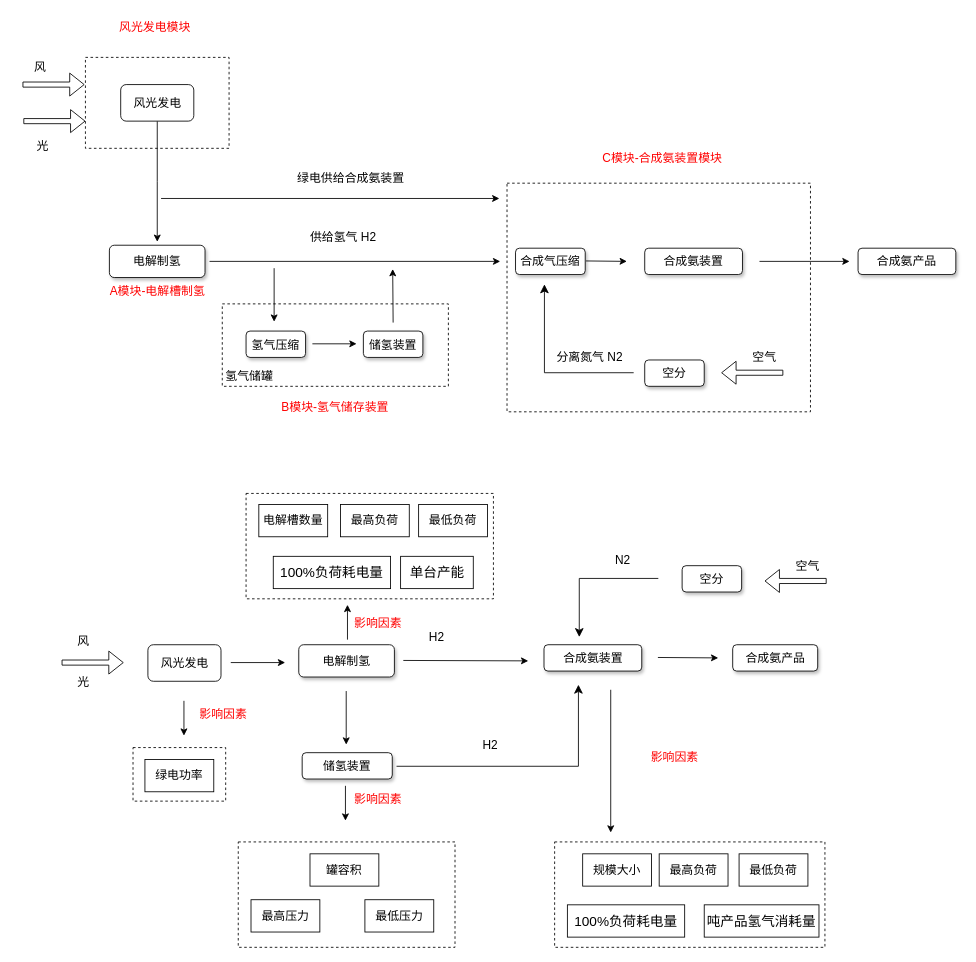
happycodejs/draw.io keeps this draw.io diagram as 绿氨生产.drawio. Above is the earlier version. Source tidied: cells renumbered, new cells numbered last; positions are measured from the earlier drawing's top-left corner, leaving out a move shared by most shapes. Both pictures are drawn from the tidied source at 85%, with x=0, y=0 at pixel (14, 14).
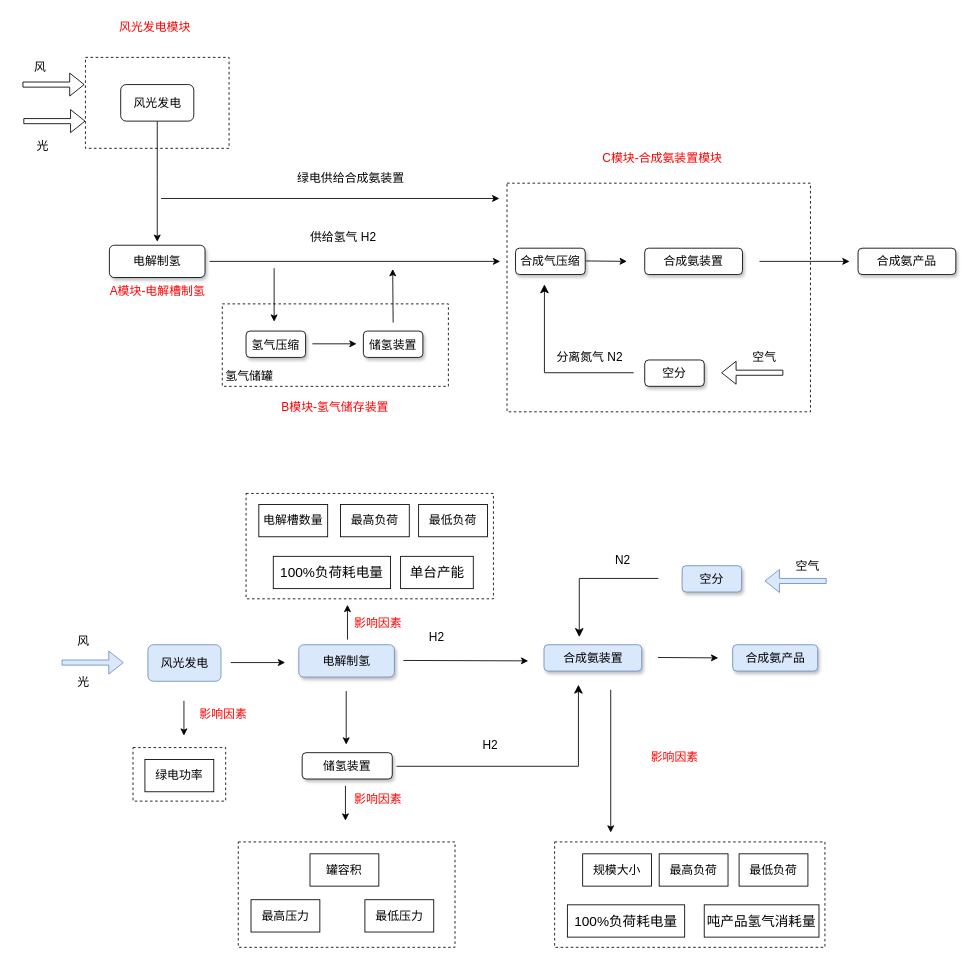
The same page after the edit.

Commit message:
更新绿氨生产.drawio

Change to the diagram source:
```diff
@@
-    <mxCell id="36" value="风光发电" style="rounded=1;whiteSpace=wrap;html=1;fontSize=14;" parent="1" vertex="1">
+    <mxCell id="36" value="风光发电" style="rounded=1;whiteSpace=wrap;html=1;fontSize=14;fillColor=#dae8fc;strokeColor=#6c8ebf;" parent="1" vertex="1">
       <mxGeometry x="156.5" y="741" width="86" height="43" as="geometry" />
     </mxCell>
-    <mxCell id="37" style="shape=flexArrow;endArrow=classic;html=1;rounded=0;width=6;endSize=5.33;fontSize=14;" parent="1" edge="1">
+    <mxCell id="37" style="shape=flexArrow;endArrow=classic;html=1;rounded=0;width=6;endSize=5.33;fontSize=14;fillColor=#dae8fc;strokeColor=#6c8ebf;" parent="1" edge="1">
       <mxGeometry relative="1" as="geometry">
         <mxPoint x="55" y="762" as="sourcePoint" />
         <mxPoint x="128" y="762" as="targetPoint" />
       </mxGeometry>
     </mxCell>
@@
-    <mxCell id="40" value="电解制氢" style="rounded=1;whiteSpace=wrap;html=1;shadow=1;fontSize=14;" parent="1" vertex="1">
+    <mxCell id="40" value="电解制氢" style="rounded=1;whiteSpace=wrap;html=1;shadow=1;fontSize=14;fillColor=#dae8fc;strokeColor=#6c8ebf;" parent="1" vertex="1">
       <mxGeometry x="334" y="741" width="112.5" height="38" as="geometry" />
     </mxCell>
@@
-    <mxCell id="45" value="合成氨装置" style="rounded=1;whiteSpace=wrap;html=1;shadow=1;fontSize=14;" parent="1" vertex="1">
+    <mxCell id="45" value="合成氨装置" style="rounded=1;whiteSpace=wrap;html=1;shadow=1;fontSize=14;fillColor=#dae8fc;strokeColor=#6c8ebf;" parent="1" vertex="1">
       <mxGeometry x="622.5" y="741" width="115" height="31" as="geometry" />
     </mxCell>
-    <mxCell id="46" value="空分" style="rounded=1;whiteSpace=wrap;html=1;shadow=1;fontSize=14;" parent="1" vertex="1">
+    <mxCell id="46" value="空分" style="rounded=1;whiteSpace=wrap;html=1;shadow=1;fontSize=14;fillColor=#dae8fc;strokeColor=#6c8ebf;" parent="1" vertex="1">
       <mxGeometry x="785" y="648" width="70" height="31" as="geometry" />
     </mxCell>
-    <mxCell id="47" style="shape=flexArrow;endArrow=classic;html=1;rounded=0;width=6;endSize=5.33;fontSize=14;" parent="1" edge="1">
+    <mxCell id="47" style="shape=flexArrow;endArrow=classic;html=1;rounded=0;width=6;endSize=5.33;fontSize=14;fillColor=#dae8fc;strokeColor=#6c8ebf;" parent="1" edge="1">
       <mxGeometry relative="1" as="geometry">
         <mxPoint x="955" y="666" as="sourcePoint" />
         <mxPoint x="882" y="666" as="targetPoint" />
       </mxGeometry>
     </mxCell>
@@
-    <mxCell id="50" value="合成氨产品" style="rounded=1;whiteSpace=wrap;html=1;shadow=1;fontSize=14;" parent="1" vertex="1">
+    <mxCell id="50" value="合成氨产品" style="rounded=1;whiteSpace=wrap;html=1;shadow=1;fontSize=14;fillColor=#dae8fc;strokeColor=#6c8ebf;" parent="1" vertex="1">
       <mxGeometry x="844.5" y="741" width="100" height="31" as="geometry" />
     </mxCell>
```
